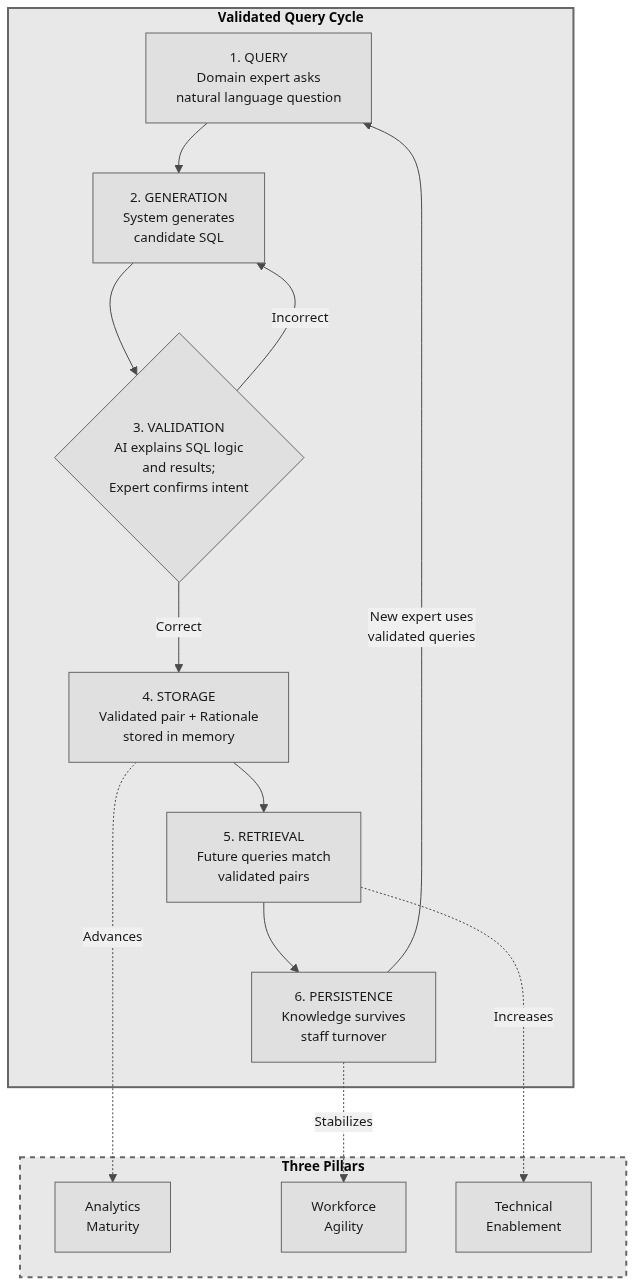
Above: figures/knowledge-cycle.mmd.png in stharrold/yuimedi-paper-20250901 (Mermaid), before the change. Its source is kept beside it as figures/knowledge-cycle.mmd.
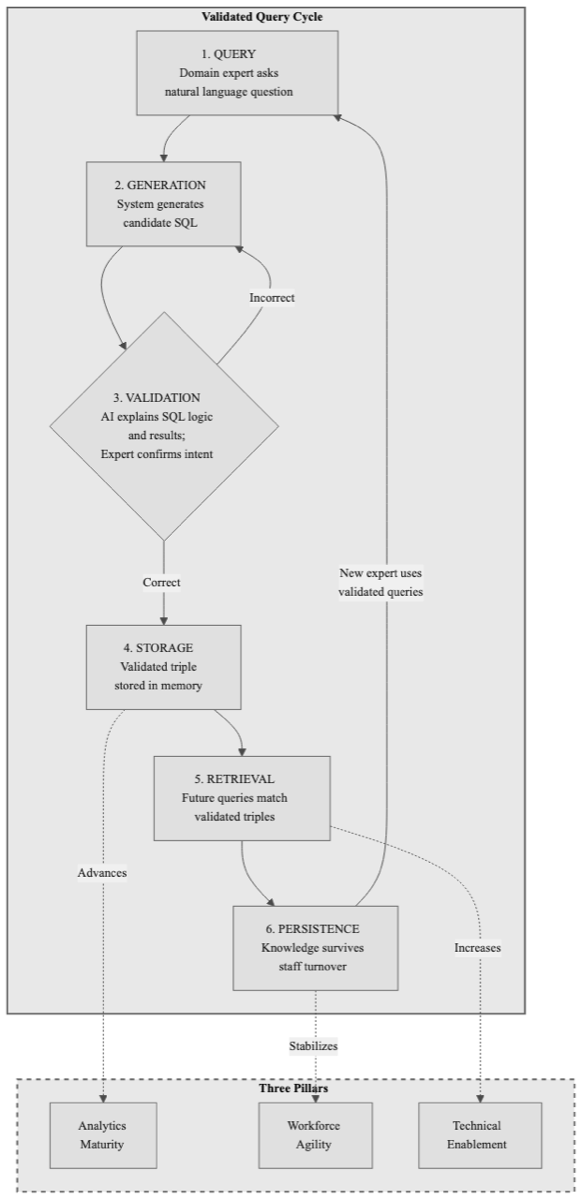
After the change.

The edit, as a diff of the source:
```diff
@@ -5,8 +5,8 @@
         Q["1. QUERY<br/>Domain expert asks<br/>natural language question"]
         G["2. GENERATION<br/>System generates<br/>candidate SQL"]
         V{"3. VALIDATION<br/>AI explains SQL logic<br/>and results;<br/>Expert confirms intent"}
-        S["4. STORAGE<br/>Validated pair + Rationale<br/>stored in memory"]
-        R["5. RETRIEVAL<br/>Future queries match<br/>validated pairs"]
+        S["4. STORAGE<br/>Validated triple<br/>stored in memory"]
+        R["5. RETRIEVAL<br/>Future queries match<br/>validated triples"]
         P["6. PERSISTENCE<br/>Knowledge survives<br/>staff turnover"]
     end
 
```
